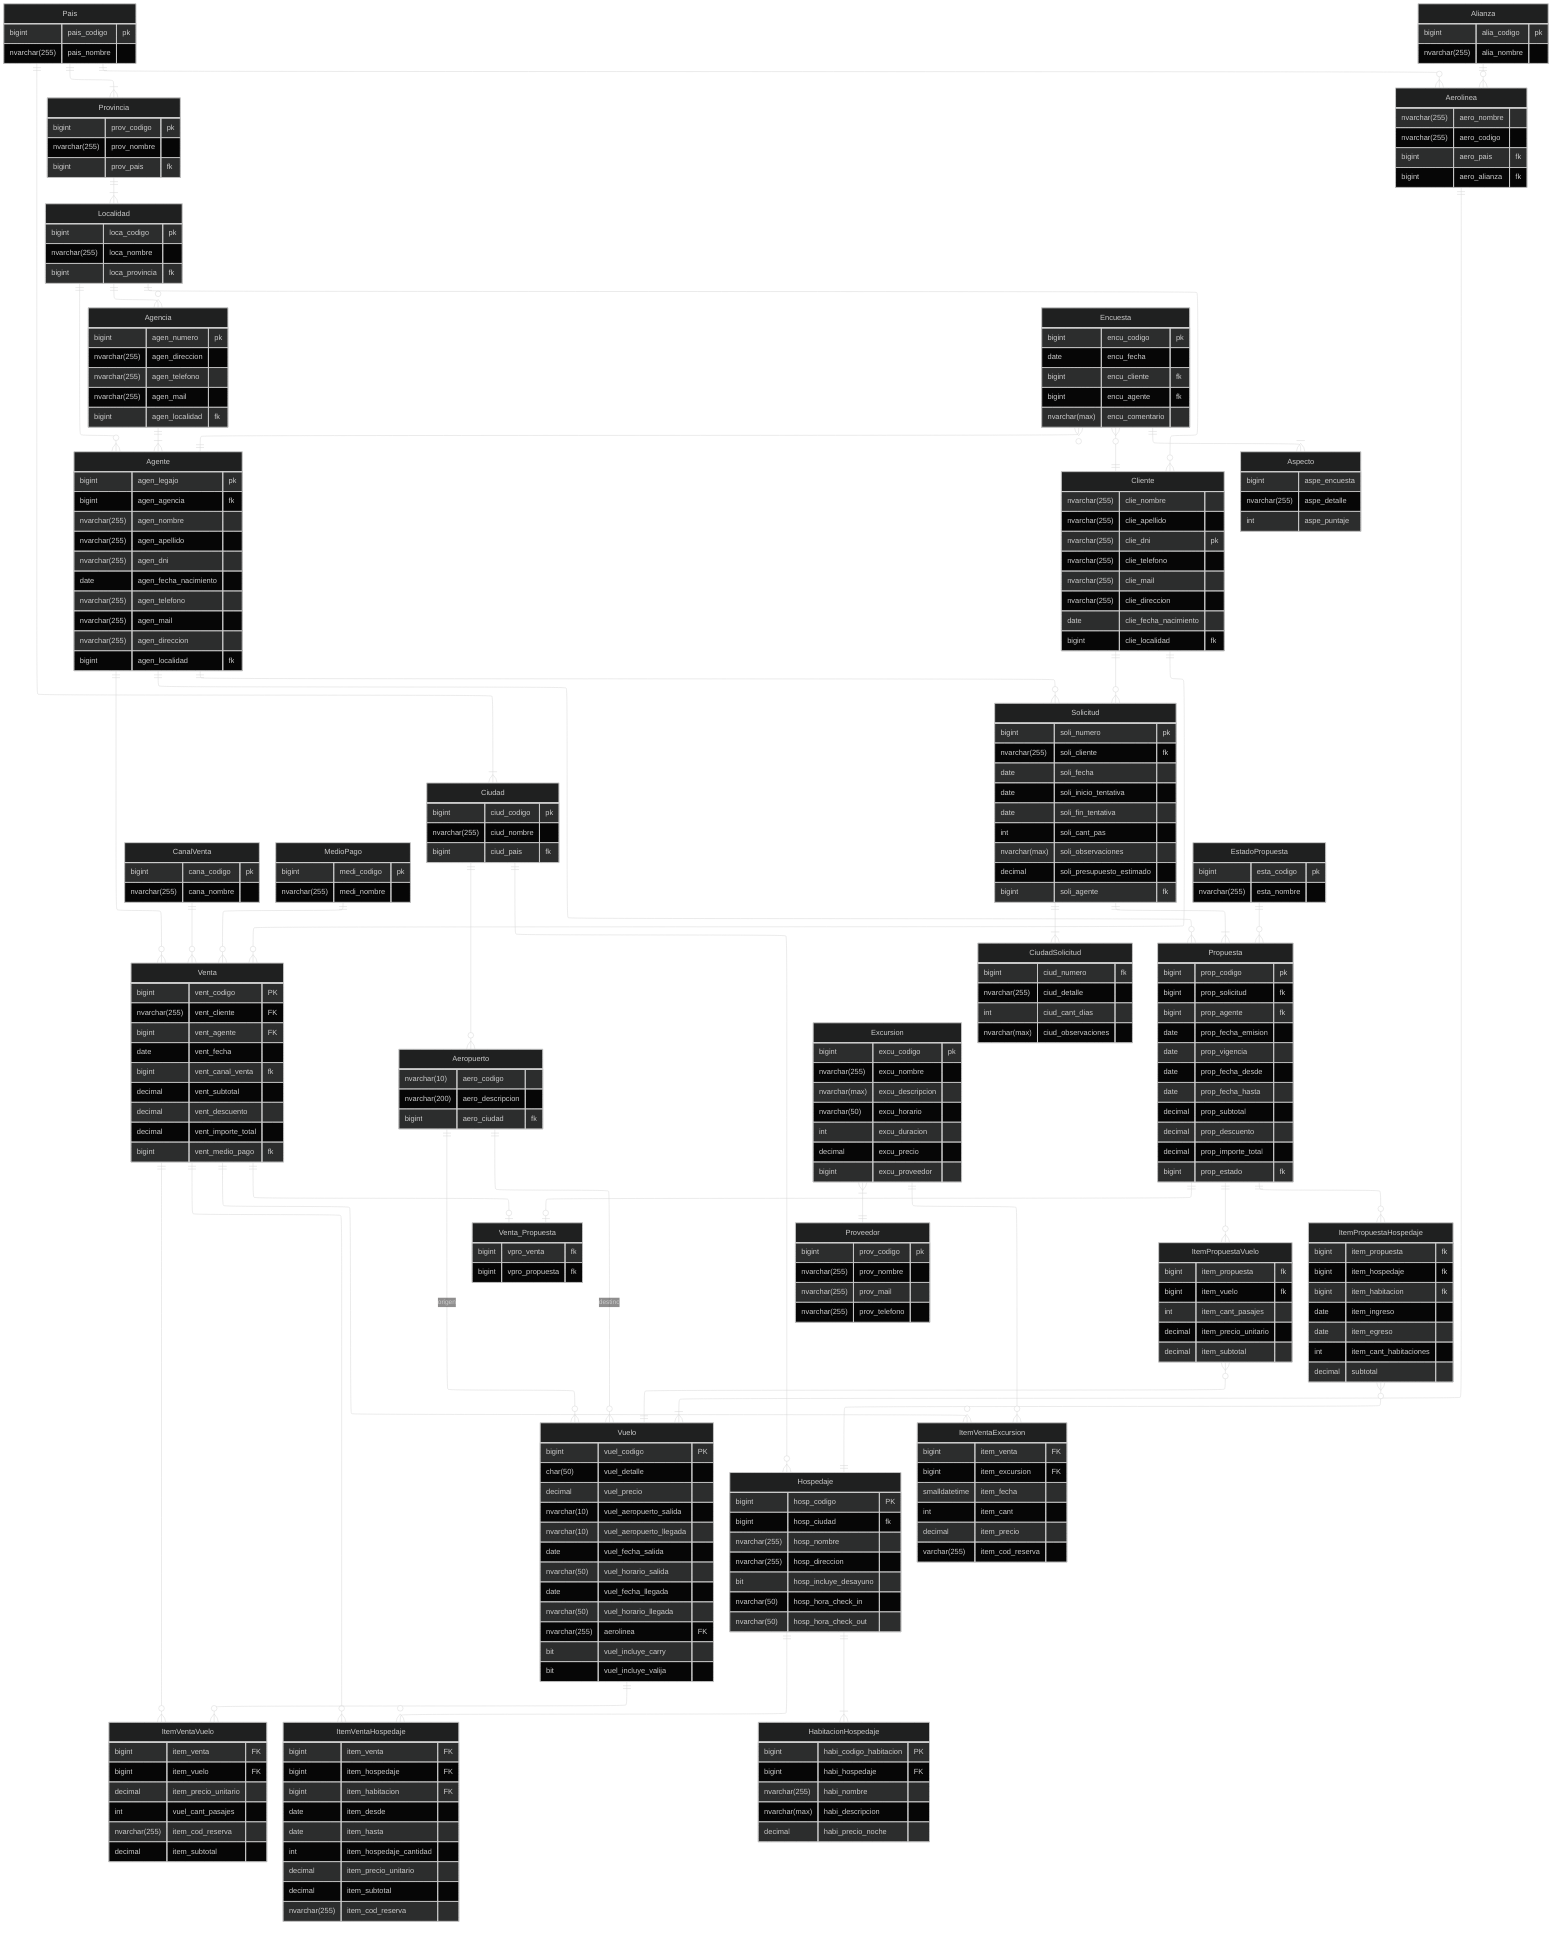
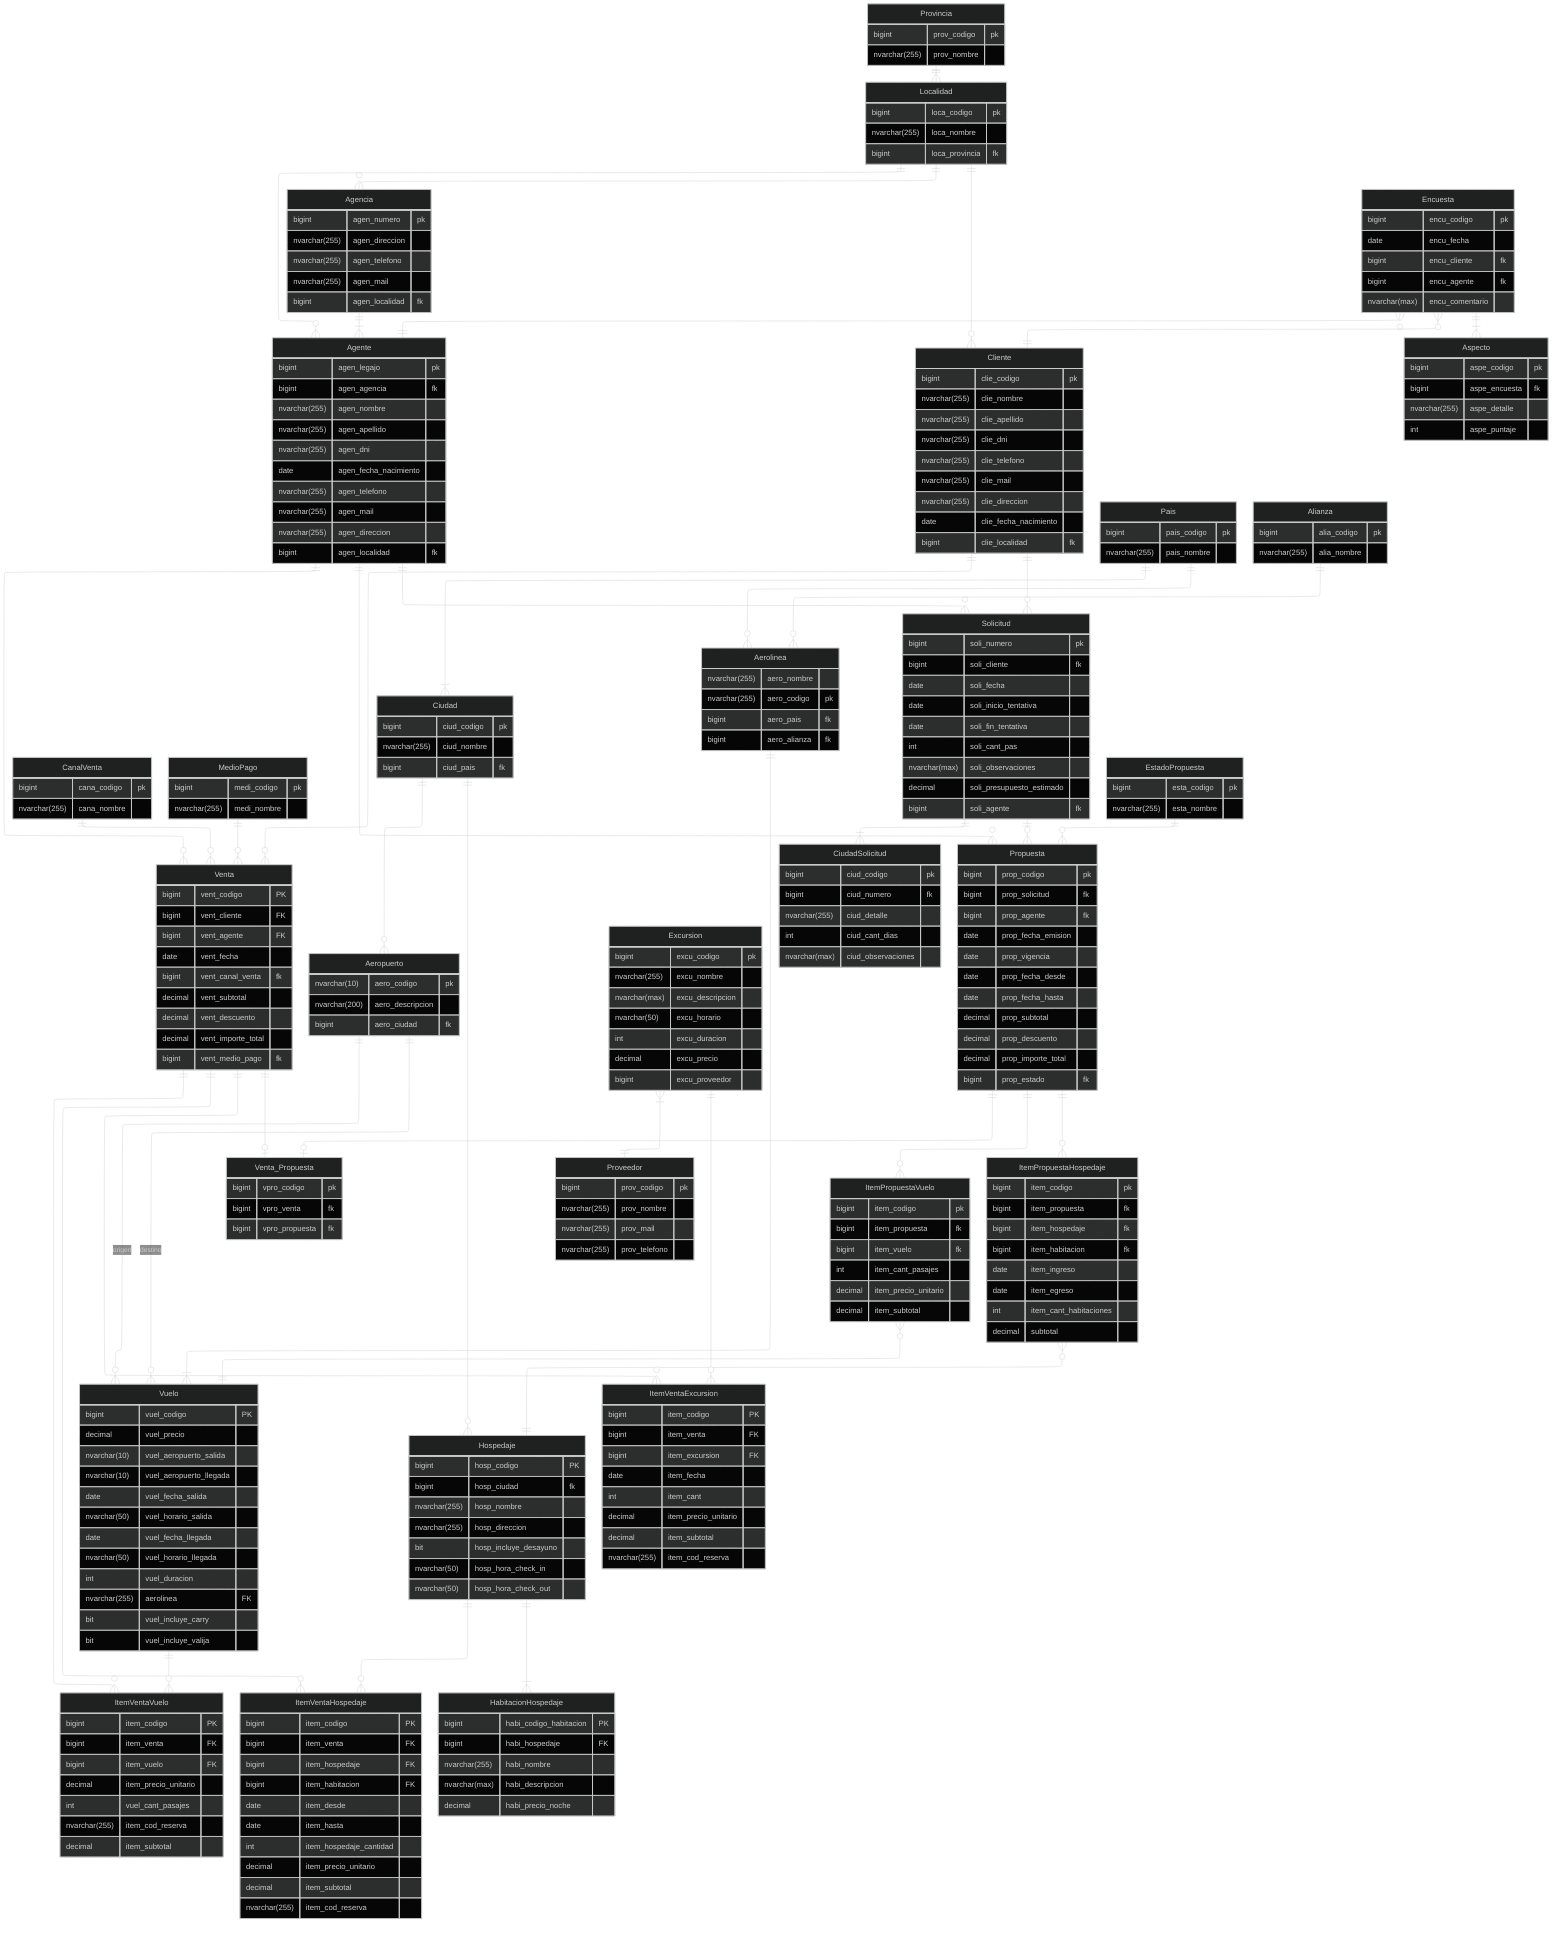
---
config:
  theme: dark
  layout: elk
---
erDiagram
	direction TB
    Provincia {
        bigint prov_codigo pk
        nvarchar(255) prov_nombre
-         bigint prov_pais fk
    }
    Localidad {
        bigint loca_codigo pk
        nvarchar(255) loca_nombre
        bigint loca_provincia fk
    }
    Agencia{
        bigint agen_numero pk
        nvarchar(255) agen_direccion
        nvarchar(255) agen_telefono
        nvarchar(255) agen_mail
        bigint agen_localidad fk
    }
    Agente{
        bigint agen_legajo pk
        bigint agen_agencia fk
        nvarchar(255) agen_nombre
        nvarchar(255) agen_apellido
        nvarchar(255) agen_dni
        date agen_fecha_nacimiento
        nvarchar(255) agen_telefono
        nvarchar(255) agen_mail
        nvarchar(255) agen_direccion
        bigint agen_localidad fk
    }

    Cliente{
+         bigint clie_codigo pk
        nvarchar(255) clie_nombre
        nvarchar(255) clie_apellido
-         nvarchar(255) clie_dni pk
+         nvarchar(255) clie_dni
        nvarchar(255) clie_telefono
        nvarchar(255) clie_mail
        nvarchar(255) clie_direccion
        date clie_fecha_nacimiento
        bigint clie_localidad fk
    }
    CanalVenta {
        bigint cana_codigo pk
        nvarchar(255) cana_nombre
    }
    MedioPago {
        bigint medi_codigo pk
        nvarchar(255) medi_nombre
    }
	Venta {
		bigint vent_codigo PK ""
- 		nvarchar(255) vent_cliente FK ""
+ 		bigint vent_cliente FK ""
		bigint vent_agente FK ""
		date vent_fecha  ""
		bigint vent_canal_venta fk
		decimal vent_subtotal  ""
		decimal vent_descuento  ""
		decimal vent_importe_total  ""
		bigint vent_medio_pago fk
	}
    Venta_Propuesta {
+         bigint vpro_codigo pk
        bigint vpro_venta fk
        bigint vpro_propuesta fk
    }

	ItemVentaVuelo {
+ 		bigint item_codigo PK ""
		bigint item_venta FK ""
		bigint item_vuelo FK ""
		decimal item_precio_unitario  ""
        int vuel_cant_pasajes  ""
		nvarchar(255) item_cod_reserva  ""
        decimal item_subtotal
	}

	Vuelo {
		bigint vuel_codigo PK ""
- 		char(50) vuel_detalle  ""
		decimal vuel_precio  ""
		nvarchar(10) vuel_aeropuerto_salida  ""
        nvarchar(10) vuel_aeropuerto_llegada  ""
		date vuel_fecha_salida  ""
		nvarchar(50) vuel_horario_salida  ""
		date vuel_fecha_llegada  ""
		nvarchar(50) vuel_horario_llegada  ""
+         int vuel_duracion  ""
		nvarchar(255) aerolinea FK ""
        bit vuel_incluye_carry
        bit vuel_incluye_valija
	}
    Pais {
        bigint pais_codigo pk
        nvarchar(255) pais_nombre
    }
    Ciudad {
        bigint ciud_codigo pk
        nvarchar(255) ciud_nombre
        bigint ciud_pais fk
    }
    Alianza {
        bigint alia_codigo pk
        nvarchar(255) alia_nombre
    }
    Aerolinea{
        nvarchar(255) aero_nombre
-         nvarchar(255) aero_codigo
+         nvarchar(255) aero_codigo pk
        bigint aero_pais fk
        bigint aero_alianza fk
    }
    Aeropuerto{
-         nvarchar(10) aero_codigo
+         nvarchar(10) aero_codigo pk
        nvarchar(200) aero_descripcion
        bigint aero_ciudad fk
    }

	ItemVentaHospedaje {
+ 		bigint item_codigo PK ""
		bigint item_venta FK ""
		bigint item_hospedaje FK ""
		bigint item_habitacion FK ""
		date item_desde  ""
		date item_hasta ""
		int item_hospedaje_cantidad  ""
		decimal item_precio_unitario  ""
        decimal item_subtotal
		nvarchar(255) item_cod_reserva  ""
	}

	Hospedaje {
		bigint hosp_codigo PK ""
        bigint hosp_ciudad fk
        nvarchar(255) hosp_nombre
		nvarchar(255) hosp_direccion  ""
        bit hosp_incluye_desayuno
        nvarchar(50) hosp_hora_check_in  ""
		nvarchar(50) hosp_hora_check_out  ""
	}

	HabitacionHospedaje {
		bigint habi_codigo_habitacion PK ""
		bigint habi_hospedaje FK ""
        nvarchar(255) habi_nombre
		nvarchar(max) habi_descripcion  ""
		decimal habi_precio_noche  ""

	}

	ItemVentaExcursion {
+ 		bigint item_codigo PK ""
		bigint item_venta FK ""
		bigint item_excursion FK ""
- 		smalldatetime item_fecha  ""
+ 		date item_fecha  ""
		int item_cant  ""
- 		decimal item_precio  ""
- 		varchar(255) item_cod_reserva  ""
+ 		decimal item_precio_unitario  ""
+ 		decimal item_subtotal  ""
+ 		nvarchar(255) item_cod_reserva  ""
	}

	Excursion {
		bigint excu_codigo pk ""
        nvarchar(255) excu_nombre
        nvarchar(max) excu_descripcion
		nvarchar(50) excu_horario  ""
		int excu_duracion  ""
        decimal excu_precio
        bigint excu_proveedor
	}
    Proveedor{
        bigint prov_codigo pk
        nvarchar(255) prov_nombre
        nvarchar(255) prov_mail
        nvarchar(255) prov_telefono
    }
	Solicitud {
		bigint soli_numero pk ""
- 		nvarchar(255) soli_cliente fk ""
+ 		bigint soli_cliente fk ""
		date soli_fecha  ""
		date soli_inicio_tentativa  ""
		date soli_fin_tentativa  ""
		int soli_cant_pas  ""
		nvarchar(max) soli_observaciones  ""
		decimal soli_presupuesto_estimado  ""
		bigint soli_agente fk ""
	}

	CiudadSolicitud {
+ 		bigint ciud_codigo pk ""
		bigint ciud_numero fk ""
		nvarchar(255) ciud_detalle  ""
		int ciud_cant_dias  ""
		nvarchar(max) ciud_observaciones  ""
	}

    EstadoPropuesta {
        bigint esta_codigo pk
        nvarchar(255) esta_nombre
    }
    Propuesta{
        bigint prop_codigo pk
        bigint prop_solicitud fk
        bigint prop_agente fk
        date prop_fecha_emision
        date prop_vigencia
        date prop_fecha_desde
        date prop_fecha_hasta
        decimal prop_subtotal
        decimal prop_descuento
        decimal prop_importe_total
        bigint prop_estado fk
    }

    ItemPropuestaVuelo{
+         bigint item_codigo pk
        bigint item_propuesta fk
        bigint item_vuelo fk
        int item_cant_pasajes
        decimal item_precio_unitario
        decimal item_subtotal
    }

    ItemPropuestaHospedaje{
+         bigint item_codigo pk
        bigint item_propuesta fk
        bigint item_hospedaje fk
        bigint item_habitacion fk
        date item_ingreso  ""
		date item_egreso  ""
		int item_cant_habitaciones  ""
		decimal subtotal  ""
    }

    Encuesta{
        bigint encu_codigo pk
        date encu_fecha
        bigint encu_cliente fk
        bigint encu_agente fk
        nvarchar(max) encu_comentario
    }
    Aspecto{
-         bigint aspe_encuesta
+         bigint aspe_codigo pk
+         bigint aspe_encuesta fk
        nvarchar(255) aspe_detalle
        int aspe_puntaje
    }

    Cliente ||--o{ Venta : ""
    Agente ||--o{ Venta : ""
    Aerolinea ||--|{ Vuelo:""
    Aeropuerto ||--o{ Vuelo : "origen"
    Aeropuerto ||--o{ Vuelo : "destino"
    Excursion }|--|| Proveedor:""
    Agente ||--o{ Propuesta: ""
    Cliente ||--o{ Solicitud:""
    Agente ||--o{ Solicitud:""
    Agencia ||--|{ Agente:""
    Encuesta }o--|| Agente:""
    Encuesta }o--|| Cliente:""
    Encuesta ||--|{ Aspecto:""
    Propuesta ||--o{ ItemPropuestaVuelo:""
    ItemPropuestaVuelo }o--|| Vuelo:""
    Propuesta ||--o{ ItemPropuestaHospedaje:""
    ItemPropuestaHospedaje }o--|| Hospedaje:""
-     Solicitud ||--|{ Propuesta: ""
+     Solicitud ||--o{ Propuesta: ""
    Solicitud ||--|{ CiudadSolicitud:""
	Hospedaje||--|{HabitacionHospedaje:"  "
	Venta||--o{ItemVentaVuelo:"  "
	Venta||--o{ItemVentaHospedaje:"  "
	Venta||--o{ItemVentaExcursion:"  "
	Vuelo||--o{ItemVentaVuelo:"  "
	Hospedaje||--o{ItemVentaHospedaje:"  "
	Excursion||--o{ItemVentaExcursion:"  "
-     Pais ||--|{ Provincia : ""
    Provincia ||--|{ Localidad : ""
    Localidad ||--o{ Agencia : ""
    Localidad ||--o{ Agente : ""
    Localidad ||--o{ Cliente : ""
    Pais ||--|{ Ciudad : ""
    Ciudad ||--o{ Aeropuerto : ""
    Ciudad ||--o{ Hospedaje : ""
    Pais ||--o{ Aerolinea : ""
    Alianza ||--o{ Aerolinea : ""
    CanalVenta ||--o{ Venta : ""
    MedioPago ||--o{ Venta : ""
    EstadoPropuesta ||--o{ Propuesta : ""
    Venta ||--o| Venta_Propuesta : ""
-     Propuesta ||--o| Venta_Propuesta : ""
+     Propuesta ||--o| Venta_Propuesta : ""